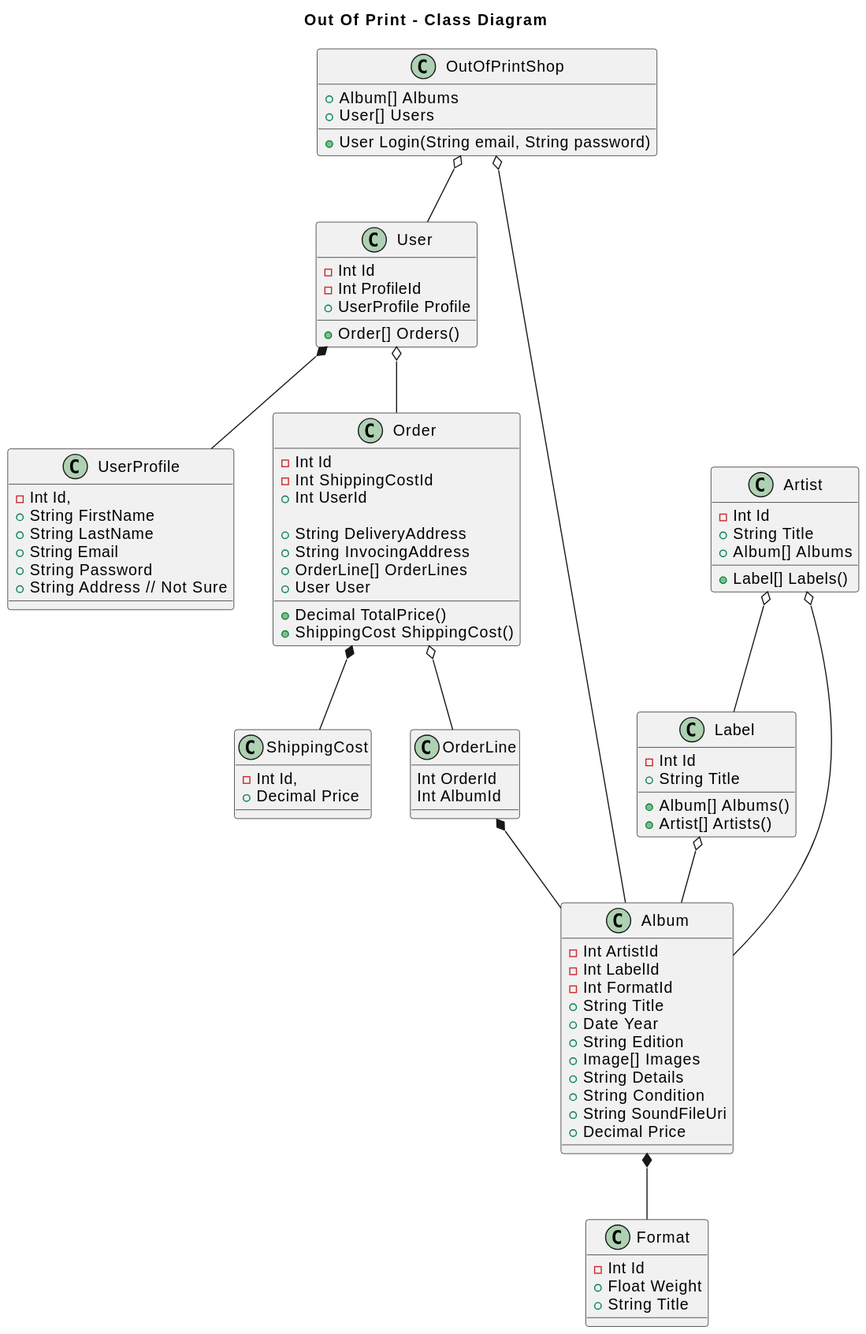
Above: docs/images/OutOfPrint.Class.Diagram.svg in DenisZhukovski/OutOfPrint (PlantUML), before the change. Source of this version:
```plantuml
@startuml
title Out Of Print - Class Diagram

class OutOfPrintShop
{
  +Album[] Albums
  +User[] Users
  +User Login(String email, String password)
}

class Artist {
  -Int Id
  +String Title
  +Album[] Albums
  +Label[] Labels()
}

class User
{
  -Int Id
  -Int ProfileId
  +UserProfile Profile
  +Order[] Orders()
}

class UserProfile
{
  -Int Id,
  +String FirstName
  +String LastName
  +String Email
  +String Password
  +String Address // Not Sure
}

class ShippingCost
{
  -Int Id,
  +Decimal Price
}

class Label
{
  -Int Id
  +String Title
  +Album[] Albums()
  +Artist[] Artists()
}

class Album {
  -Int ArtistId
  -Int LabelId
  -Int FormatId
  +String Title
  +Date Year
  +String Edition
  +Image[] Images
  +String Details
  +String Condition
  +String SoundFileUri
  +Decimal Price
}

class Format
{
  -Int Id
  +Float Weight
  +String Title
}

class Order
{
  -Int Id
  -Int ShippingCostId
  +Int UserId

  +String DeliveryAddress
  +String InvocingAddress
  +OrderLine[] OrderLines
  +User User
  +Decimal TotalPrice()
  +ShippingCost ShippingCost()
}

class OrderLine
{
  Int OrderId
  Int AlbumId
}

OutOfPrintShop o-- Album
OutOfPrintShop o-- User
Artist o-- Album
Artist o-- Label
Label o-- Album
User o-- Order
Order o-- OrderLine
Order *--  ShippingCost
OrderLine *--  Album
Album *-- Format
User *-- UserProfile
@enduml
```
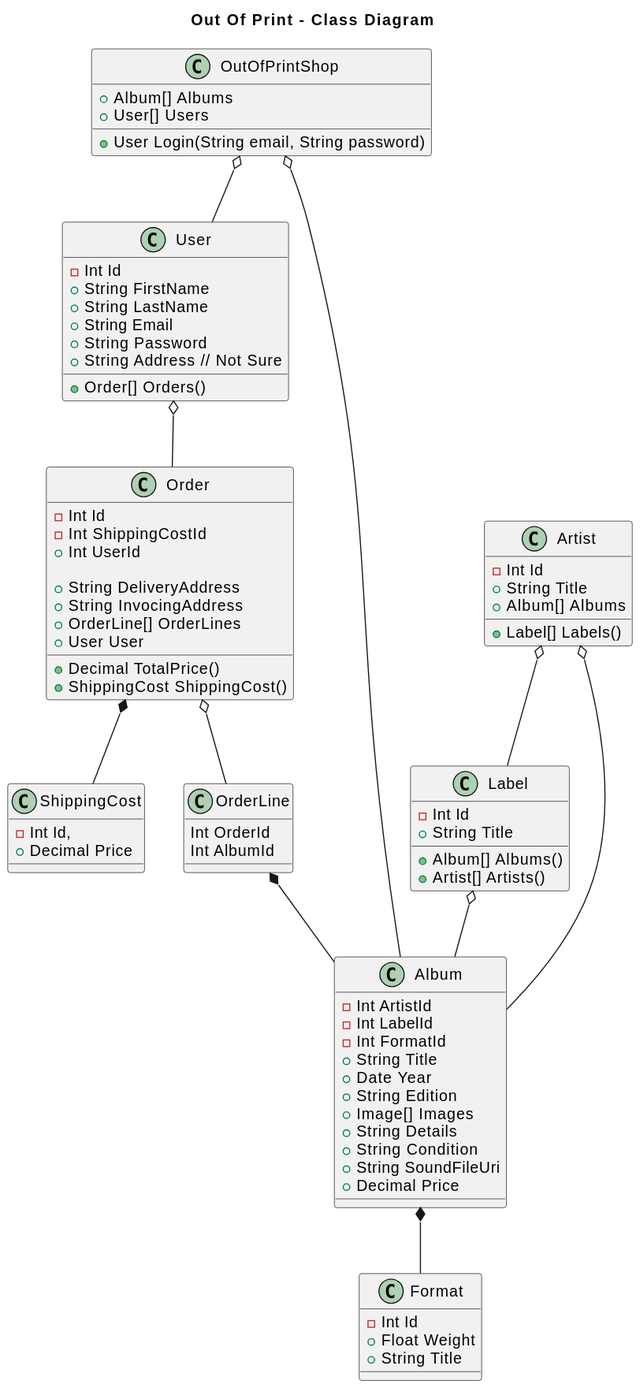
The same diagram one commit later.

Diff of the diagram source:
```diff
@@ -18,19 +18,12 @@
 class User
 {
   -Int Id
-  -Int ProfileId
-  +UserProfile Profile
-  +Order[] Orders()
-}
-
-class UserProfile
-{
-  -Int Id,
   +String FirstName
   +String LastName
   +String Email
   +String Password
   +String Address // Not Sure
+  +Order[] Orders()
 }
 
 class ShippingCost
@@ -98,5 +91,4 @@
 Order *--  ShippingCost
 OrderLine *--  Album
 Album *-- Format
-User *-- UserProfile
 @enduml
```
